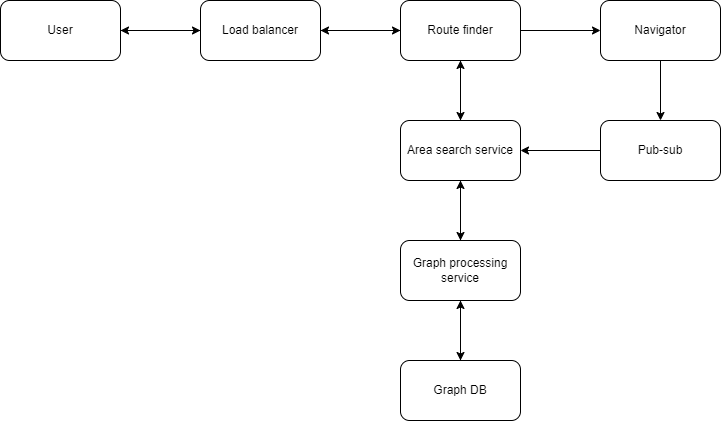
Before: img/system-design/google-map1.png, a diagram exported from draw.io (riehseun/riehseun.github.io). Source tidied: cells renumbered, new cells last; positions are measured from the earlier drawing's top-left corner, leaving out a move shared by most shapes. Source of this version:
```xml
<mxGraphModel>
  <root>
    <mxCell id="0" />
    <mxCell id="1" parent="0" />
    <mxCell id="2" style="edgeStyle=orthogonalEdgeStyle;rounded=0;jettySize=auto;html=1;exitX=1;exitY=0.5;exitDx=0;exitDy=0;entryX=0;entryY=0.5;entryDx=0;entryDy=0;" parent="1" edge="1" source="3" target="6">
      <mxGeometry relative="1" as="geometry" />
    </mxCell>
    <mxCell id="3" value="User" style="rounded=1;whiteSpace=wrap;html=1;" parent="1" vertex="1">
      <mxGeometry width="120" height="60" as="geometry" />
    </mxCell>
    <mxCell id="4" style="edgeStyle=orthogonalEdgeStyle;rounded=0;jettySize=auto;html=1;exitX=1;exitY=0.5;exitDx=0;exitDy=0;entryX=0;entryY=0.5;entryDx=0;entryDy=0;" parent="1" edge="1" source="6" target="10">
      <mxGeometry relative="1" as="geometry" />
    </mxCell>
    <mxCell id="5" style="edgeStyle=orthogonalEdgeStyle;rounded=0;jettySize=auto;html=1;exitX=0;exitY=0.5;exitDx=0;exitDy=0;entryX=1;entryY=0.5;entryDx=0;entryDy=0;" parent="1" edge="1" source="6" target="3">
      <mxGeometry relative="1" as="geometry" />
    </mxCell>
    <mxCell id="6" value="Load balancer" style="rounded=1;whiteSpace=wrap;html=1;" parent="1" vertex="1">
      <mxGeometry x="200" width="120" height="60" as="geometry" />
    </mxCell>
    <mxCell id="7" style="edgeStyle=orthogonalEdgeStyle;rounded=0;jettySize=auto;html=1;exitX=0.5;exitY=1;exitDx=0;exitDy=0;entryX=0.5;entryY=0;entryDx=0;entryDy=0;" parent="1" edge="1" source="10" target="13">
      <mxGeometry relative="1" as="geometry" />
    </mxCell>
    <mxCell id="8" style="edgeStyle=orthogonalEdgeStyle;rounded=0;jettySize=auto;html=1;exitX=0;exitY=0.5;exitDx=0;exitDy=0;entryX=1;entryY=0.5;entryDx=0;entryDy=0;" parent="1" edge="1" source="10" target="6">
      <mxGeometry relative="1" as="geometry" />
    </mxCell>
    <mxCell id="9" style="edgeStyle=orthogonalEdgeStyle;rounded=0;jettySize=auto;html=1;exitX=1;exitY=0.5;exitDx=0;exitDy=0;entryX=0;entryY=0.5;entryDx=0;entryDy=0;" parent="1" edge="1" source="10" target="20">
      <mxGeometry relative="1" as="geometry" />
    </mxCell>
    <mxCell id="10" value="Route finder" style="rounded=1;whiteSpace=wrap;html=1;" parent="1" vertex="1">
      <mxGeometry x="400" width="120" height="60" as="geometry" />
    </mxCell>
    <mxCell id="11" style="edgeStyle=orthogonalEdgeStyle;rounded=0;jettySize=auto;html=1;exitX=0.5;exitY=1;exitDx=0;exitDy=0;" parent="1" edge="1" source="13" target="16">
      <mxGeometry relative="1" as="geometry" />
    </mxCell>
    <mxCell id="12" style="edgeStyle=orthogonalEdgeStyle;rounded=0;jettySize=auto;html=1;exitX=0.5;exitY=0;exitDx=0;exitDy=0;entryX=0.5;entryY=1;entryDx=0;entryDy=0;" parent="1" edge="1" source="13" target="10">
      <mxGeometry relative="1" as="geometry" />
    </mxCell>
    <mxCell id="13" value="Area search service" style="rounded=1;whiteSpace=wrap;html=1;" parent="1" vertex="1">
      <mxGeometry x="400" y="120" width="120" height="60" as="geometry" />
    </mxCell>
    <mxCell id="14" style="edgeStyle=orthogonalEdgeStyle;rounded=0;jettySize=auto;html=1;exitX=0.5;exitY=1;exitDx=0;exitDy=0;entryX=0.5;entryY=0;entryDx=0;entryDy=0;" parent="1" edge="1" source="16" target="18">
      <mxGeometry relative="1" as="geometry" />
    </mxCell>
    <mxCell id="15" style="edgeStyle=orthogonalEdgeStyle;rounded=0;jettySize=auto;html=1;exitX=0.5;exitY=0;exitDx=0;exitDy=0;entryX=0.5;entryY=1;entryDx=0;entryDy=0;" parent="1" edge="1" source="16" target="13">
      <mxGeometry relative="1" as="geometry" />
    </mxCell>
    <mxCell id="16" value="Graph processing service" style="rounded=1;whiteSpace=wrap;html=1;" parent="1" vertex="1">
      <mxGeometry x="400" y="240" width="120" height="60" as="geometry" />
    </mxCell>
    <mxCell id="17" style="edgeStyle=orthogonalEdgeStyle;rounded=0;jettySize=auto;html=1;exitX=0.5;exitY=0;exitDx=0;exitDy=0;entryX=0.5;entryY=1;entryDx=0;entryDy=0;" parent="1" edge="1" source="18" target="16">
      <mxGeometry relative="1" as="geometry" />
    </mxCell>
    <mxCell id="18" value="Graph DB" style="rounded=1;whiteSpace=wrap;html=1;" parent="1" vertex="1">
      <mxGeometry x="400" y="360" width="120" height="60" as="geometry" />
    </mxCell>
    <mxCell id="19" style="edgeStyle=orthogonalEdgeStyle;rounded=0;jettySize=auto;html=1;exitX=0.5;exitY=1;exitDx=0;exitDy=0;entryX=0.5;entryY=0;entryDx=0;entryDy=0;" parent="1" edge="1" source="20" target="22">
      <mxGeometry relative="1" as="geometry" />
    </mxCell>
    <mxCell id="20" value="Navigator" style="rounded=1;whiteSpace=wrap;html=1;" parent="1" vertex="1">
      <mxGeometry x="600" width="120" height="60" as="geometry" />
    </mxCell>
    <mxCell id="21" style="edgeStyle=orthogonalEdgeStyle;rounded=0;jettySize=auto;html=1;exitX=0;exitY=0.5;exitDx=0;exitDy=0;" parent="1" edge="1" source="22" target="13">
      <mxGeometry relative="1" as="geometry" />
    </mxCell>
    <mxCell id="22" value="Pub-sub" style="rounded=1;whiteSpace=wrap;html=1;" parent="1" vertex="1">
      <mxGeometry x="600" y="120" width="120" height="60" as="geometry" />
    </mxCell>
  </root>
</mxGraphModel>
```
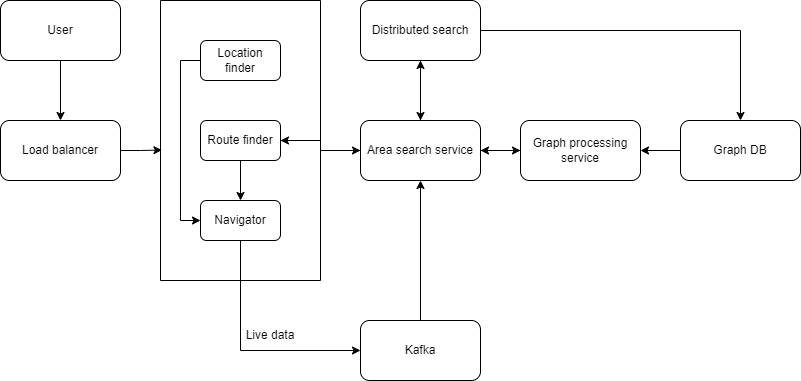
The same file after the commit.

Diff of the diagram source:
```diff
@@ -2,68 +2,85 @@
   <root>
     <mxCell id="0" />
     <mxCell id="1" parent="0" />
-    <mxCell id="2" style="edgeStyle=orthogonalEdgeStyle;rounded=0;jettySize=auto;html=1;exitX=1;exitY=0.5;exitDx=0;exitDy=0;entryX=0;entryY=0.5;entryDx=0;entryDy=0;" parent="1" edge="1" source="3" target="6">
+    <mxCell id="2" style="edgeStyle=orthogonalEdgeStyle;rounded=0;jettySize=auto;html=1;exitX=0.5;exitY=1;exitDx=0;exitDy=0;entryX=0.5;entryY=0;entryDx=0;entryDy=0;" parent="1" edge="1" source="3" target="6">
       <mxGeometry relative="1" as="geometry" />
     </mxCell>
     <mxCell id="3" value="User" style="rounded=1;whiteSpace=wrap;html=1;" parent="1" vertex="1">
-      <mxGeometry width="120" height="60" as="geometry" />
+      <mxGeometry x="-40" y="-40" width="120" height="60" as="geometry" />
     </mxCell>
-    <mxCell id="4" style="edgeStyle=orthogonalEdgeStyle;rounded=0;jettySize=auto;html=1;exitX=1;exitY=0.5;exitDx=0;exitDy=0;entryX=0;entryY=0.5;entryDx=0;entryDy=0;" parent="1" edge="1" source="6" target="10">
-      <mxGeometry relative="1" as="geometry" />
-    </mxCell>
-    <mxCell id="5" style="edgeStyle=orthogonalEdgeStyle;rounded=0;jettySize=auto;html=1;exitX=0;exitY=0.5;exitDx=0;exitDy=0;entryX=1;entryY=0.5;entryDx=0;entryDy=0;" parent="1" edge="1" source="6" target="3">
-      <mxGeometry relative="1" as="geometry" />
-    </mxCell>
-    <mxCell id="6" value="Load balancer" style="rounded=1;whiteSpace=wrap;html=1;" parent="1" vertex="1">
-      <mxGeometry x="200" width="120" height="60" as="geometry" />
-    </mxCell>
-    <mxCell id="7" style="edgeStyle=orthogonalEdgeStyle;rounded=0;jettySize=auto;html=1;exitX=0.5;exitY=1;exitDx=0;exitDy=0;entryX=0.5;entryY=0;entryDx=0;entryDy=0;" parent="1" edge="1" source="10" target="13">
-      <mxGeometry relative="1" as="geometry" />
-    </mxCell>
-    <mxCell id="8" style="edgeStyle=orthogonalEdgeStyle;rounded=0;jettySize=auto;html=1;exitX=0;exitY=0.5;exitDx=0;exitDy=0;entryX=1;entryY=0.5;entryDx=0;entryDy=0;" parent="1" edge="1" source="10" target="6">
-      <mxGeometry relative="1" as="geometry" />
-    </mxCell>
+    <mxCell id="23" style="swimlane;startSize=0;" parent="1" vertex="1">
+      <mxGeometry x="120" y="-40" width="160" height="280" as="geometry" />
+    </mxCell>
+    <mxCell id="24" style="edgeStyle=orthogonalEdgeStyle;rounded=0;jettySize=auto;html=1;exitX=0;exitY=0.5;exitDx=0;exitDy=0;entryX=0;entryY=0.5;entryDx=0;entryDy=0;" parent="23" edge="1" source="25" target="20">
+      <mxGeometry relative="1" as="geometry" />
+    </mxCell>
+    <mxCell id="25" value="Location finder" style="rounded=1;whiteSpace=wrap;html=1;" parent="23" vertex="1">
+      <mxGeometry x="40" y="40" width="80" height="40" as="geometry" />
+    </mxCell>
-    <mxCell id="9" style="edgeStyle=orthogonalEdgeStyle;rounded=0;jettySize=auto;html=1;exitX=1;exitY=0.5;exitDx=0;exitDy=0;entryX=0;entryY=0.5;entryDx=0;entryDy=0;" parent="1" edge="1" source="10" target="20">
+    <mxCell id="9" style="edgeStyle=orthogonalEdgeStyle;rounded=0;jettySize=auto;html=1;exitX=0.5;exitY=1;exitDx=0;exitDy=0;entryX=0.5;entryY=0;entryDx=0;entryDy=0;" parent="23" edge="1" source="10" target="20">
       <mxGeometry relative="1" as="geometry" />
     </mxCell>
-    <mxCell id="10" value="Route finder" style="rounded=1;whiteSpace=wrap;html=1;" parent="1" vertex="1">
-      <mxGeometry x="400" width="120" height="60" as="geometry" />
+    <mxCell id="10" value="Route finder" style="rounded=1;whiteSpace=wrap;html=1;" parent="23" vertex="1">
+      <mxGeometry x="40" y="120" width="80" height="40" as="geometry" />
     </mxCell>
-    <mxCell id="11" style="edgeStyle=orthogonalEdgeStyle;rounded=0;jettySize=auto;html=1;exitX=0.5;exitY=1;exitDx=0;exitDy=0;" parent="1" edge="1" source="13" target="16">
-      <mxGeometry relative="1" as="geometry" />
-    </mxCell>
+    <mxCell id="20" value="Navigator" style="rounded=1;whiteSpace=wrap;html=1;" parent="23" vertex="1">
+      <mxGeometry x="40" y="200" width="80" height="40" as="geometry" />
+    </mxCell>
+    <mxCell id="6" value="Load balancer" style="rounded=1;whiteSpace=wrap;html=1;" parent="1" vertex="1">
+      <mxGeometry x="-40" y="80" width="120" height="60" as="geometry" />
+    </mxCell>
-    <mxCell id="12" style="edgeStyle=orthogonalEdgeStyle;rounded=0;jettySize=auto;html=1;exitX=0.5;exitY=0;exitDx=0;exitDy=0;entryX=0.5;entryY=1;entryDx=0;entryDy=0;" parent="1" edge="1" source="13" target="10">
+    <mxCell id="12" style="edgeStyle=orthogonalEdgeStyle;rounded=0;jettySize=auto;html=1;exitX=0;exitY=0.5;exitDx=0;exitDy=0;entryX=1;entryY=0.5;entryDx=0;entryDy=0;" parent="1" edge="1" source="13" target="10">
       <mxGeometry relative="1" as="geometry" />
     </mxCell>
+    <mxCell id="26" style="edgeStyle=orthogonalEdgeStyle;rounded=0;jettySize=auto;html=1;exitX=0.5;exitY=0;exitDx=0;exitDy=0;entryX=0.5;entryY=1;entryDx=0;entryDy=0;" parent="1" edge="1" source="13" target="30">
+      <mxGeometry relative="1" as="geometry" />
+    </mxCell>
+    <mxCell id="27" style="edgeStyle=orthogonalEdgeStyle;rounded=0;jettySize=auto;html=1;exitX=1;exitY=0.5;exitDx=0;exitDy=0;" parent="1" edge="1" source="13">
+      <mxGeometry relative="1" as="geometry">
+        <mxPoint x="480" y="110" as="targetPoint" />
+      </mxGeometry>
+    </mxCell>
     <mxCell id="13" value="Area search service" style="rounded=1;whiteSpace=wrap;html=1;" parent="1" vertex="1">
-      <mxGeometry x="400" y="120" width="120" height="60" as="geometry" />
+      <mxGeometry x="320" y="80" width="120" height="60" as="geometry" />
     </mxCell>
-    <mxCell id="14" style="edgeStyle=orthogonalEdgeStyle;rounded=0;jettySize=auto;html=1;exitX=0.5;exitY=1;exitDx=0;exitDy=0;entryX=0.5;entryY=0;entryDx=0;entryDy=0;" parent="1" edge="1" source="16" target="18">
-      <mxGeometry relative="1" as="geometry" />
-    </mxCell>
+    <mxCell id="28" style="edgeStyle=orthogonalEdgeStyle;rounded=0;jettySize=auto;html=1;exitX=0.5;exitY=1;exitDx=0;exitDy=0;entryX=0.5;entryY=0;entryDx=0;entryDy=0;" parent="1" edge="1" source="30" target="13">
+      <mxGeometry relative="1" as="geometry" />
+    </mxCell>
+    <mxCell id="29" style="edgeStyle=orthogonalEdgeStyle;rounded=0;jettySize=auto;html=1;exitX=1;exitY=0.5;exitDx=0;exitDy=0;entryX=0.5;entryY=0;entryDx=0;entryDy=0;" parent="1" edge="1" source="30" target="18">
+      <mxGeometry relative="1" as="geometry" />
+    </mxCell>
+    <mxCell id="30" value="Distributed search" style="rounded=1;whiteSpace=wrap;html=1;" parent="1" vertex="1">
+      <mxGeometry x="320" y="-40" width="120" height="60" as="geometry" />
+    </mxCell>
+    <mxCell id="31" style="edgeStyle=orthogonalEdgeStyle;rounded=0;jettySize=auto;html=1;exitX=0.5;exitY=0;exitDx=0;exitDy=0;" parent="1" edge="1" source="32" target="13">
+      <mxGeometry relative="1" as="geometry" />
+    </mxCell>
+    <mxCell id="32" value="Kafka" style="rounded=1;whiteSpace=wrap;html=1;" parent="1" vertex="1">
+      <mxGeometry x="320" y="280" width="120" height="60" as="geometry" />
+    </mxCell>
-    <mxCell id="15" style="edgeStyle=orthogonalEdgeStyle;rounded=0;jettySize=auto;html=1;exitX=0.5;exitY=0;exitDx=0;exitDy=0;entryX=0.5;entryY=1;entryDx=0;entryDy=0;" parent="1" edge="1" source="16" target="13">
+    <mxCell id="15" style="edgeStyle=orthogonalEdgeStyle;rounded=0;jettySize=auto;html=1;exitX=0;exitY=0.5;exitDx=0;exitDy=0;entryX=1;entryY=0.5;entryDx=0;entryDy=0;" parent="1" edge="1" source="16" target="13">
       <mxGeometry relative="1" as="geometry" />
     </mxCell>
     <mxCell id="16" value="Graph processing service" style="rounded=1;whiteSpace=wrap;html=1;" parent="1" vertex="1">
-      <mxGeometry x="400" y="240" width="120" height="60" as="geometry" />
+      <mxGeometry x="480" y="80" width="120" height="60" as="geometry" />
     </mxCell>
-    <mxCell id="17" style="edgeStyle=orthogonalEdgeStyle;rounded=0;jettySize=auto;html=1;exitX=0.5;exitY=0;exitDx=0;exitDy=0;entryX=0.5;entryY=1;entryDx=0;entryDy=0;" parent="1" edge="1" source="18" target="16">
+    <mxCell id="17" style="edgeStyle=orthogonalEdgeStyle;rounded=0;jettySize=auto;html=1;exitX=0;exitY=0.5;exitDx=0;exitDy=0;entryX=1;entryY=0.5;entryDx=0;entryDy=0;" parent="1" edge="1" source="18" target="16">
       <mxGeometry relative="1" as="geometry" />
     </mxCell>
     <mxCell id="18" value="Graph DB" style="rounded=1;whiteSpace=wrap;html=1;" parent="1" vertex="1">
-      <mxGeometry x="400" y="360" width="120" height="60" as="geometry" />
+      <mxGeometry x="640" y="80" width="120" height="60" as="geometry" />
     </mxCell>
-    <mxCell id="19" style="edgeStyle=orthogonalEdgeStyle;rounded=0;jettySize=auto;html=1;exitX=0.5;exitY=1;exitDx=0;exitDy=0;entryX=0.5;entryY=0;entryDx=0;entryDy=0;" parent="1" edge="1" source="20" target="22">
-      <mxGeometry relative="1" as="geometry" />
-    </mxCell>
-    <mxCell id="20" value="Navigator" style="rounded=1;whiteSpace=wrap;html=1;" parent="1" vertex="1">
-      <mxGeometry x="600" width="120" height="60" as="geometry" />
-    </mxCell>
-    <mxCell id="21" style="edgeStyle=orthogonalEdgeStyle;rounded=0;jettySize=auto;html=1;exitX=0;exitY=0.5;exitDx=0;exitDy=0;" parent="1" edge="1" source="22" target="13">
-      <mxGeometry relative="1" as="geometry" />
-    </mxCell>
-    <mxCell id="22" value="Pub-sub" style="rounded=1;whiteSpace=wrap;html=1;" parent="1" vertex="1">
-      <mxGeometry x="600" y="120" width="120" height="60" as="geometry" />
-    </mxCell>
+    <mxCell id="33" style="edgeStyle=orthogonalEdgeStyle;rounded=0;jettySize=auto;html=1;exitX=0.5;exitY=1;exitDx=0;exitDy=0;entryX=0;entryY=0.5;entryDx=0;entryDy=0;" parent="1" edge="1" source="20" target="32">
+      <mxGeometry relative="1" as="geometry" />
+    </mxCell>
+    <mxCell id="7" style="edgeStyle=orthogonalEdgeStyle;rounded=0;jettySize=auto;html=1;exitX=1;exitY=0.5;exitDx=0;exitDy=0;entryX=0;entryY=0.5;entryDx=0;entryDy=0;" parent="1" edge="1" source="10" target="13">
+      <mxGeometry relative="1" as="geometry" />
+    </mxCell>
+    <mxCell id="34" style="edgeStyle=orthogonalEdgeStyle;rounded=0;jettySize=auto;html=1;exitX=1;exitY=0.5;exitDx=0;exitDy=0;entryX=0.009;entryY=0.534;entryDx=0;entryDy=0;entryPerimeter=0;" parent="1" edge="1" source="6" target="23">
+      <mxGeometry relative="1" as="geometry" />
+    </mxCell>
+    <mxCell id="35" value="Live data" style="text;html=1;strokeColor=none;fillColor=none;align=center;verticalAlign=middle;whiteSpace=wrap;rounded=0;" parent="1" vertex="1">
+      <mxGeometry x="200" y="280" width="60" height="30" as="geometry" />
+    </mxCell>
   </root>
 </mxGraphModel>
```
